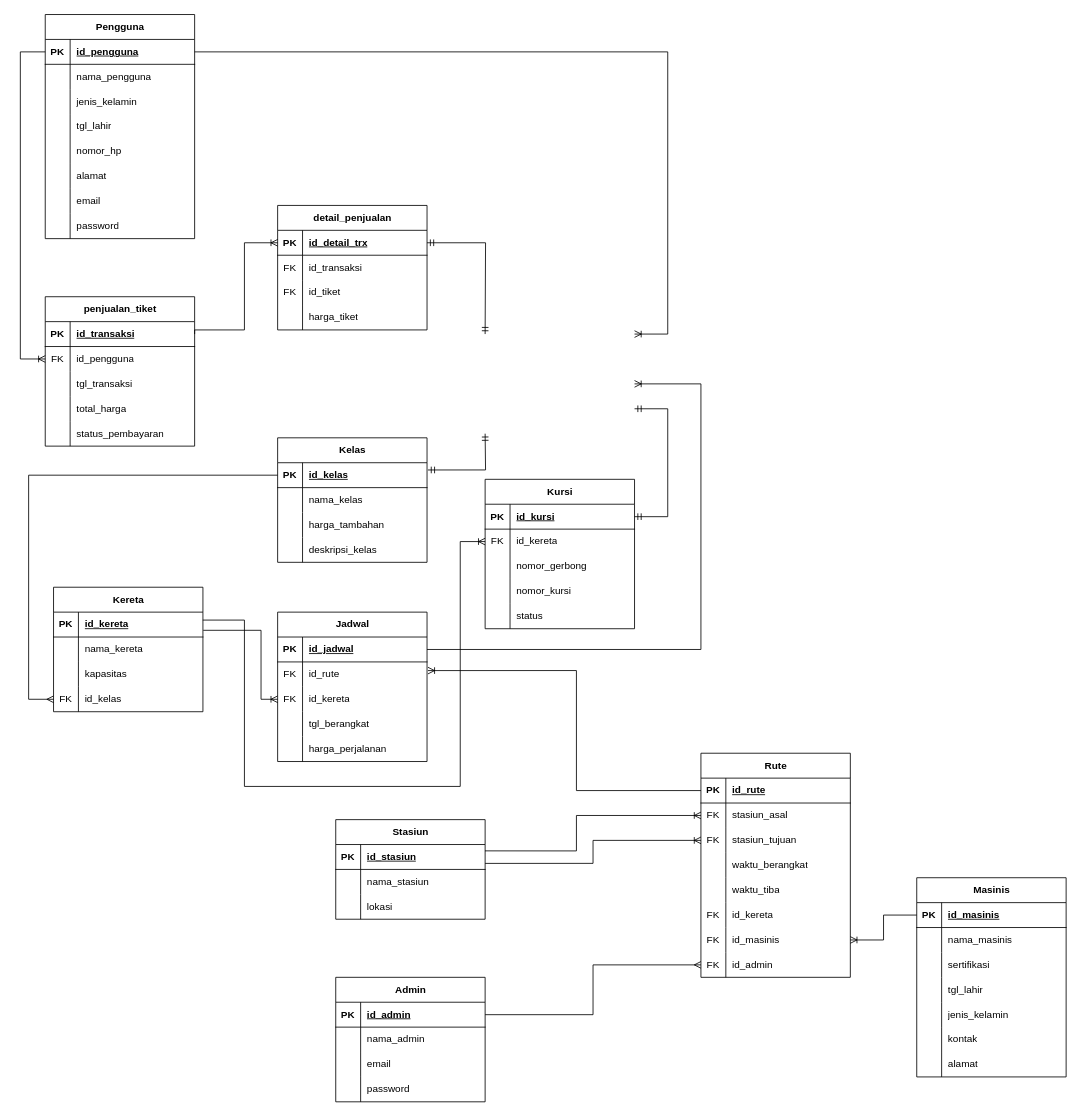
Before: page "PDM" (2 of 2) of PraktikumBasis_Modul5.drawio in elikawicaksana/praktikum-basis-data, a draw.io diagram. Source tidied: cells renumbered, new cells numbered last; positions are measured from the earlier drawing's top-left corner, leaving out a move shared by most shapes. Both pictures are drawn from the tidied source at 83%, with x=0, y=0 at pixel (20, 14).
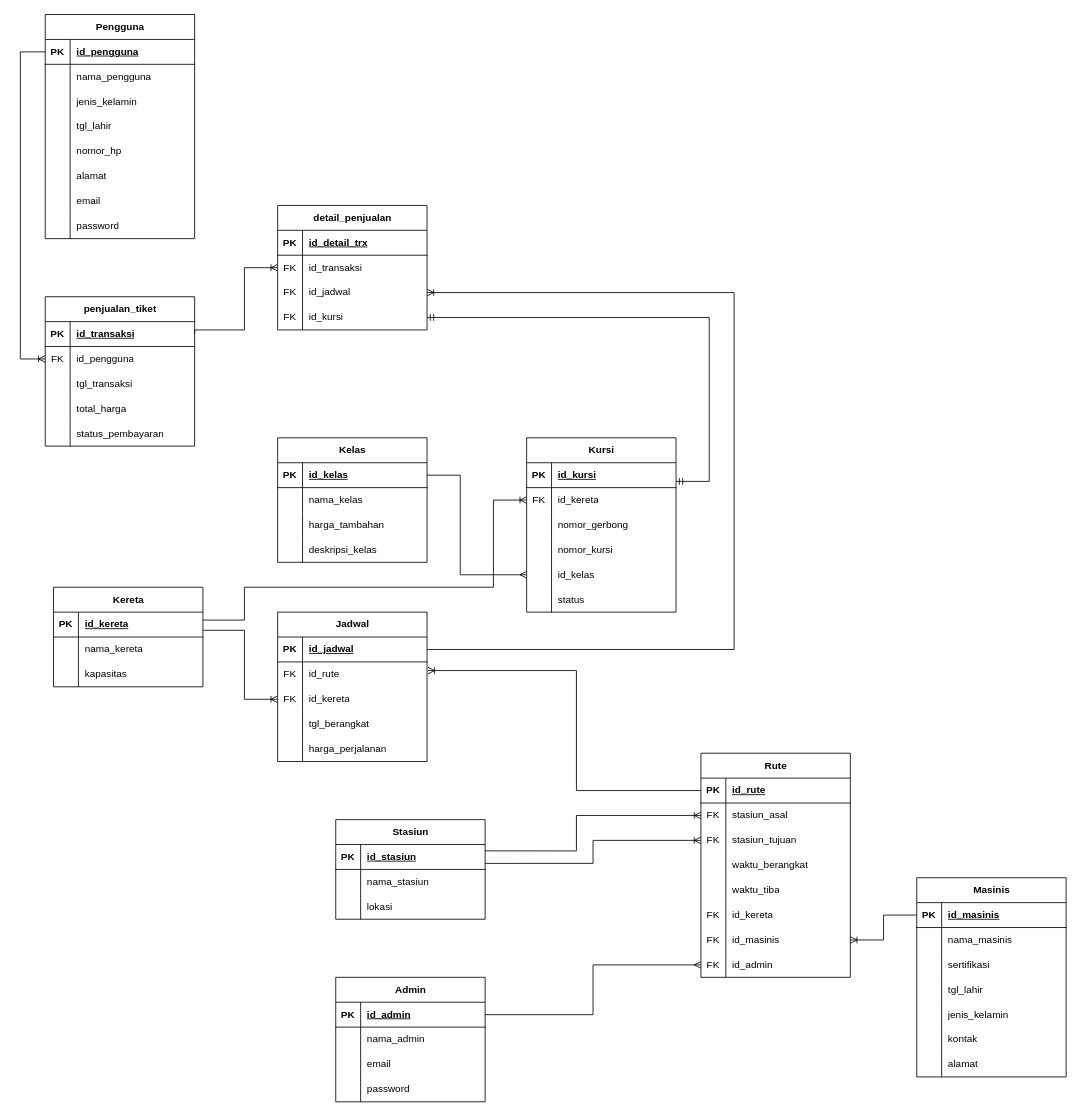
The same page after the edit.

The change refers to these unchanged cells:
```xml
<mxCell id="3" style="shape=tableRow;horizontal=0;startSize=0;swimlaneHead=0;swimlaneBody=0;fillColor=none;points=[[0,0.5],[1,0.5]];portConstraint=eastwest;top=0;left=0;right=0;bottom=1;" parent="2" vertex="1">
  <mxGeometry y="30" width="180" height="30" as="geometry" />
</mxCell>
<mxCell id="41" style="shape=tableRow;horizontal=0;startSize=0;swimlaneHead=0;swimlaneBody=0;fillColor=none;points=[[0,0.5],[1,0.5]];portConstraint=eastwest;top=0;left=0;right=0;bottom=1;" parent="40" vertex="1">
  <mxGeometry y="30" width="180" height="30" as="geometry" />
</mxCell>
<mxCell id="54" style="shape=tableRow;horizontal=0;startSize=0;swimlaneHead=0;swimlaneBody=0;fillColor=none;points=[[0,0.5],[1,0.5]];portConstraint=eastwest;top=0;left=0;right=0;bottom=1;" parent="53" vertex="1">
  <mxGeometry y="30" width="180" height="30" as="geometry" />
</mxCell>
<mxCell id="127" style="shape=tableRow;horizontal=0;startSize=0;swimlaneHead=0;swimlaneBody=0;fillColor=none;points=[[0,0.5],[1,0.5]];portConstraint=eastwest;top=0;left=0;right=0;bottom=0;" parent="123" vertex="1">
  <mxGeometry y="60" width="180" height="30" as="geometry" />
</mxCell>
<mxCell id="136" style="shape=tableRow;horizontal=0;startSize=0;swimlaneHead=0;swimlaneBody=0;fillColor=none;points=[[0,0.5],[1,0.5]];portConstraint=eastwest;top=0;left=0;right=0;bottom=0;" parent="123" vertex="1">
  <mxGeometry y="150" width="180" height="30" as="geometry" />
</mxCell>
<mxCell id="140" style="shape=tableRow;horizontal=0;startSize=0;swimlaneHead=0;swimlaneBody=0;fillColor=none;points=[[0,0.5],[1,0.5]];portConstraint=eastwest;top=0;left=0;right=0;bottom=1;" parent="139" vertex="1">
  <mxGeometry y="30" width="180" height="30" as="geometry" />
</mxCell>
<mxCell id="155" value="detail_penjualan" style="shape=table;startSize=30;childLayout=tableLayout;rowLines=0;fontStyle=1;align=center;html=1;" parent="1" vertex="1">
  <mxGeometry x="310" y="230" width="180" height="150" as="geometry" />
</mxCell>
<mxCell id="156" style="shape=tableRow;horizontal=0;startSize=0;swimlaneHead=0;swimlaneBody=0;fillColor=none;points=[[0,0.5],[1,0.5]];portConstraint=eastwest;top=0;left=0;right=0;bottom=1;" parent="155" vertex="1">
  <mxGeometry y="30" width="180" height="30" as="geometry" />
</mxCell>
<mxCell id="159" style="shape=tableRow;horizontal=0;startSize=0;swimlaneHead=0;swimlaneBody=0;fillColor=none;points=[[0,0.5],[1,0.5]];portConstraint=eastwest;top=0;left=0;right=0;bottom=0;" parent="155" vertex="1">
  <mxGeometry y="60" width="180" height="30" as="geometry" />
</mxCell>
<mxCell id="175" style="shape=tableRow;horizontal=0;startSize=0;swimlaneHead=0;swimlaneBody=0;fillColor=none;points=[[0,0.5],[1,0.5]];portConstraint=eastwest;top=0;left=0;right=0;bottom=0;" parent="168" vertex="1">
  <mxGeometry y="90" width="180" height="30" as="geometry" />
</mxCell>
```

What changed in the source:
```diff
@@
     <mxCell id="53" value="Kereta" style="shape=table;startSize=30;childLayout=tableLayout;rowLines=0;fontStyle=1;align=center;html=1;" parent="1" vertex="1">
-      <mxGeometry x="40" y="690" width="180" height="150" as="geometry" />
+      <mxGeometry x="40" y="690" width="180" height="120" as="geometry" />
     </mxCell>
@@
-    <mxCell id="63" style="shape=tableRow;horizontal=0;startSize=0;swimlaneHead=0;swimlaneBody=0;fillColor=none;points=[[0,0.5],[1,0.5]];portConstraint=eastwest;top=0;left=0;right=0;bottom=0;" parent="53" vertex="1">
-      <mxGeometry y="120" width="180" height="30" as="geometry" />
-    </mxCell>
-    <mxCell id="64" value="FK" style="shape=partialRectangle;fillColor=none;top=0;left=0;bottom=0;right=0;overflow=hidden;whiteSpace=wrap;html=1;" parent="63" vertex="1">
-      <mxGeometry width="30" height="30" as="geometry" />
-    </mxCell>
-    <mxCell id="65" value="id_kelas" style="shape=partialRectangle;fillColor=none;top=0;left=0;bottom=0;right=0;align=left;spacingLeft=6;overflow=hidden;whiteSpace=wrap;html=1;" parent="63" vertex="1">
-      <mxGeometry x="30" width="150" height="30" as="geometry" />
-    </mxCell>
@@
     <mxCell id="123" value="Kursi" style="shape=table;startSize=30;childLayout=tableLayout;rowLines=0;fontStyle=1;align=center;html=1;" parent="1" vertex="1">
-      <mxGeometry x="560" y="560" width="180" height="180" as="geometry" />
+      <mxGeometry x="610" y="510" width="180" height="210" as="geometry" />
     </mxCell>
@@
-    <mxCell id="138" value="status" style="shape=partialRectangle;fillColor=none;top=0;left=0;bottom=0;right=0;align=left;spacingLeft=6;overflow=hidden;whiteSpace=wrap;html=1;" parent="136" vertex="1">
+    <mxCell id="138" value="id_kelas" style="shape=partialRectangle;fillColor=none;top=0;left=0;bottom=0;right=0;align=left;spacingLeft=6;overflow=hidden;whiteSpace=wrap;html=1;" parent="136" vertex="1">
       <mxGeometry x="30" width="150" height="30" as="geometry" />
     </mxCell>
+    <mxCell id="199" style="shape=tableRow;horizontal=0;startSize=0;swimlaneHead=0;swimlaneBody=0;fillColor=none;top=0;left=0;right=0;bottom=0;" parent="123" vertex="1">
+      <mxGeometry y="180" width="180" height="30" as="geometry" />
+    </mxCell>
+    <mxCell id="200" style="shape=partialRectangle;fillColor=none;top=0;left=0;bottom=0;right=0;overflow=hidden;whiteSpace=wrap;html=1;" parent="199" vertex="1">
+      <mxGeometry width="30" height="30" as="geometry" />
+    </mxCell>
+    <mxCell id="201" value="status" style="shape=partialRectangle;fillColor=none;top=0;left=0;bottom=0;right=0;align=left;spacingLeft=6;overflow=hidden;whiteSpace=wrap;html=1;" parent="199" vertex="1">
+      <mxGeometry x="30" width="150" height="30" as="geometry" />
+    </mxCell>
@@
-    <mxCell id="162" style="shape=tableRow;horizontal=0;startSize=0;swimlaneHead=0;swimlaneBody=0;fillColor=none;top=0;left=0;right=0;bottom=0;" parent="155" vertex="1">
-      <mxGeometry y="90" width="180" height="30" as="geometry" />
-    </mxCell>
-    <mxCell id="163" value="FK" style="shape=partialRectangle;fillColor=none;top=0;left=0;bottom=0;right=0;overflow=hidden;whiteSpace=wrap;html=1;" parent="162" vertex="1">
-      <mxGeometry width="30" height="30" as="geometry" />
-    </mxCell>
-    <mxCell id="164" value="id_tiket" style="shape=partialRectangle;fillColor=none;top=0;left=0;bottom=0;right=0;align=left;spacingLeft=6;overflow=hidden;whiteSpace=wrap;html=1;" parent="162" vertex="1">
-      <mxGeometry x="30" width="150" height="30" as="geometry" />
-    </mxCell>
     <mxCell id="165" style="shape=tableRow;horizontal=0;startSize=0;swimlaneHead=0;swimlaneBody=0;fillColor=none;points=[[0,0.5],[1,0.5]];portConstraint=eastwest;top=0;left=0;right=0;bottom=0;" parent="155" vertex="1">
-      <mxGeometry y="120" width="180" height="30" as="geometry" />
+      <mxGeometry y="90" width="180" height="30" as="geometry" />
     </mxCell>
-    <mxCell id="166" style="shape=partialRectangle;fillColor=none;top=0;left=0;bottom=0;right=0;overflow=hidden;whiteSpace=wrap;html=1;" parent="165" vertex="1">
+    <mxCell id="166" value="FK" style="shape=partialRectangle;fillColor=none;top=0;left=0;bottom=0;right=0;overflow=hidden;whiteSpace=wrap;html=1;" parent="165" vertex="1">
       <mxGeometry width="30" height="30" as="geometry" />
     </mxCell>
-    <mxCell id="167" value="harga_tiket" style="shape=partialRectangle;fillColor=none;top=0;left=0;bottom=0;right=0;align=left;spacingLeft=6;overflow=hidden;whiteSpace=wrap;html=1;" parent="165" vertex="1">
+    <mxCell id="167" value="id_jadwal" style="shape=partialRectangle;fillColor=none;top=0;left=0;bottom=0;right=0;align=left;spacingLeft=6;overflow=hidden;whiteSpace=wrap;html=1;" parent="165" vertex="1">
       <mxGeometry x="30" width="150" height="30" as="geometry" />
     </mxCell>
+    <mxCell id="63" style="shape=tableRow;horizontal=0;startSize=0;swimlaneHead=0;swimlaneBody=0;fillColor=none;points=[[0,0.5],[1,0.5]];portConstraint=eastwest;top=0;left=0;right=0;bottom=0;" parent="155" vertex="1">
+      <mxGeometry y="120" width="180" height="30" as="geometry" />
+    </mxCell>
+    <mxCell id="202" value="FK" style="shape=partialRectangle;fillColor=none;top=0;left=0;bottom=0;right=0;overflow=hidden;whiteSpace=wrap;html=1;" parent="63" vertex="1">
+      <mxGeometry width="30" height="30" as="geometry" />
+    </mxCell>
+    <mxCell id="203" value="id_kursi" style="shape=partialRectangle;fillColor=none;top=0;left=0;bottom=0;right=0;align=left;spacingLeft=6;overflow=hidden;whiteSpace=wrap;html=1;" parent="63" vertex="1">
+      <mxGeometry x="30" width="150" height="30" as="geometry" />
+    </mxCell>
@@
-    <mxCell id="185" style="edgeStyle=orthogonalEdgeStyle;fontSize=12;html=1;endArrow=ERoneToMany;rounded=0;exitX=1;exitY=0.5;exitDx=0;exitDy=0;entryX=0;entryY=0.5;entryDx=0;entryDy=0;" parent="1" edge="1" source="140" target="156">
+    <mxCell id="185" style="edgeStyle=orthogonalEdgeStyle;fontSize=12;html=1;endArrow=ERoneToMany;rounded=0;exitX=1;exitY=0.5;exitDx=0;exitDy=0;entryX=0;entryY=0.5;entryDx=0;entryDy=0;" parent="1" edge="1" source="140" target="159">
       <mxGeometry relative="1" as="geometry">
         <Array as="points">
           <mxPoint x="210" y="380" />
           <mxPoint x="270" y="380" />
-          <mxPoint x="270" y="275" />
+          <mxPoint x="270" y="305" />
         </Array>
       </mxGeometry>
     </mxCell>
-    <mxCell id="186" style="edgeStyle=orthogonalEdgeStyle;fontSize=12;html=1;endArrow=ERmandOne;startArrow=ERmandOne;rounded=0;entryX=0;entryY=0.5;entryDx=0;entryDy=0;exitX=1;exitY=0.5;exitDx=0;exitDy=0;" parent="1" edge="1" source="156">
-      <mxGeometry relative="1" as="geometry">
-        <mxPoint x="560" y="385" as="targetPoint" />
-      </mxGeometry>
-    </mxCell>
-    <mxCell id="187" style="edgeStyle=orthogonalEdgeStyle;fontSize=12;html=1;endArrow=ERoneToMany;rounded=0;exitX=1;exitY=0.5;exitDx=0;exitDy=0;entryX=1;entryY=0.5;entryDx=0;entryDy=0;" parent="1" edge="1" source="3">
-      <mxGeometry relative="1" as="geometry">
-        <mxPoint x="740" y="385" as="targetPoint" />
-        <Array as="points">
-          <mxPoint x="780" y="45" />
-          <mxPoint x="780" y="385" />
-        </Array>
-      </mxGeometry>
-    </mxCell>
-    <mxCell id="188" style="edgeStyle=orthogonalEdgeStyle;fontSize=12;html=1;endArrow=ERmandOne;startArrow=ERmandOne;rounded=0;entryX=0;entryY=0.5;entryDx=0;entryDy=0;exitX=1.006;exitY=0.291;exitDx=0;exitDy=0;exitPerimeter=0;" parent="1" edge="1" source="41">
-      <mxGeometry relative="1" as="geometry">
-        <mxPoint x="560" y="505" as="targetPoint" />
-      </mxGeometry>
-    </mxCell>
-    <mxCell id="189" style="edgeStyle=orthogonalEdgeStyle;fontSize=12;html=1;endArrow=ERmandOne;startArrow=ERmandOne;rounded=0;entryX=1;entryY=0.5;entryDx=0;entryDy=0;exitX=1;exitY=0.25;exitDx=0;exitDy=0;" parent="1" edge="1" source="123">
+    <mxCell id="189" style="edgeStyle=orthogonalEdgeStyle;fontSize=12;html=1;endArrow=ERmandOne;startArrow=ERmandOne;rounded=0;exitX=1;exitY=0.25;exitDx=0;exitDy=0;entryX=1;entryY=0.5;entryDx=0;entryDy=0;" parent="1" edge="1" source="123" target="63">
       <mxGeometry relative="1" as="geometry">
-        <mxPoint x="740" y="475" as="targetPoint" />
         <Array as="points">
-          <mxPoint x="780" y="605" />
-          <mxPoint x="780" y="475" />
+          <mxPoint x="830" y="562" />
+          <mxPoint x="830" y="365" />
         </Array>
       </mxGeometry>
     </mxCell>
-    <mxCell id="190" style="edgeStyle=orthogonalEdgeStyle;fontSize=12;html=1;endArrow=ERoneToMany;rounded=0;exitX=1;exitY=0.5;exitDx=0;exitDy=0;entryX=1;entryY=0.5;entryDx=0;entryDy=0;" parent="1" edge="1">
+    <mxCell id="190" style="edgeStyle=orthogonalEdgeStyle;fontSize=12;html=1;endArrow=ERoneToMany;rounded=0;exitX=1;exitY=0.5;exitDx=0;exitDy=0;entryX=1;entryY=0.5;entryDx=0;entryDy=0;" parent="1" edge="1" target="165">
       <mxGeometry relative="1" as="geometry">
         <mxPoint x="490" y="765" as="sourcePoint" />
-        <mxPoint x="740" y="445" as="targetPoint" />
         <Array as="points">
-          <mxPoint x="820" y="765" />
-          <mxPoint x="820" y="445" />
+          <mxPoint x="860" y="765" />
+          <mxPoint x="860" y="335" />
         </Array>
       </mxGeometry>
     </mxCell>
-    <mxCell id="191" style="edgeStyle=orthogonalEdgeStyle;fontSize=12;html=1;endArrow=ERmany;rounded=0;exitX=0;exitY=0.5;exitDx=0;exitDy=0;entryX=0;entryY=0.5;entryDx=0;entryDy=0;" parent="1" edge="1" source="41" target="63">
+    <mxCell id="191" style="edgeStyle=orthogonalEdgeStyle;fontSize=12;html=1;endArrow=ERmany;rounded=0;exitX=1;exitY=0.5;exitDx=0;exitDy=0;entryX=0;entryY=0.5;entryDx=0;entryDy=0;" parent="1" edge="1" source="41" target="136">
       <mxGeometry relative="1" as="geometry">
         <Array as="points">
-          <mxPoint x="10" y="555" />
-          <mxPoint x="10" y="825" />
+          <mxPoint x="530" y="555" />
+          <mxPoint x="530" y="675" />
         </Array>
       </mxGeometry>
     </mxCell>
@@
     <mxCell id="193" style="edgeStyle=orthogonalEdgeStyle;fontSize=12;html=1;endArrow=ERoneToMany;rounded=0;exitX=0.999;exitY=0.32;exitDx=0;exitDy=0;exitPerimeter=0;entryX=0;entryY=0.5;entryDx=0;entryDy=0;" parent="1" edge="1" source="54" target="127">
       <mxGeometry relative="1" as="geometry">
         <Array as="points">
           <mxPoint x="270" y="730" />
-          <mxPoint x="270" y="930" />
-          <mxPoint x="530" y="930" />
-          <mxPoint x="530" y="635" />
+          <mxPoint x="270" y="690" />
+          <mxPoint x="570" y="690" />
+          <mxPoint x="570" y="585" />
         </Array>
       </mxGeometry>
     </mxCell>
     <mxCell id="194" style="edgeStyle=orthogonalEdgeStyle;fontSize=12;html=1;endArrow=ERoneToMany;rounded=0;entryX=0;entryY=0.5;entryDx=0;entryDy=0;exitX=1.002;exitY=0.73;exitDx=0;exitDy=0;exitPerimeter=0;" parent="1" edge="1" source="54" target="175">
       <mxGeometry relative="1" as="geometry">
         <Array as="points">
-          <mxPoint x="290" y="742" />
-          <mxPoint x="290" y="825" />
+          <mxPoint x="270" y="742" />
+          <mxPoint x="270" y="825" />
         </Array>
       </mxGeometry>
     </mxCell>
```
